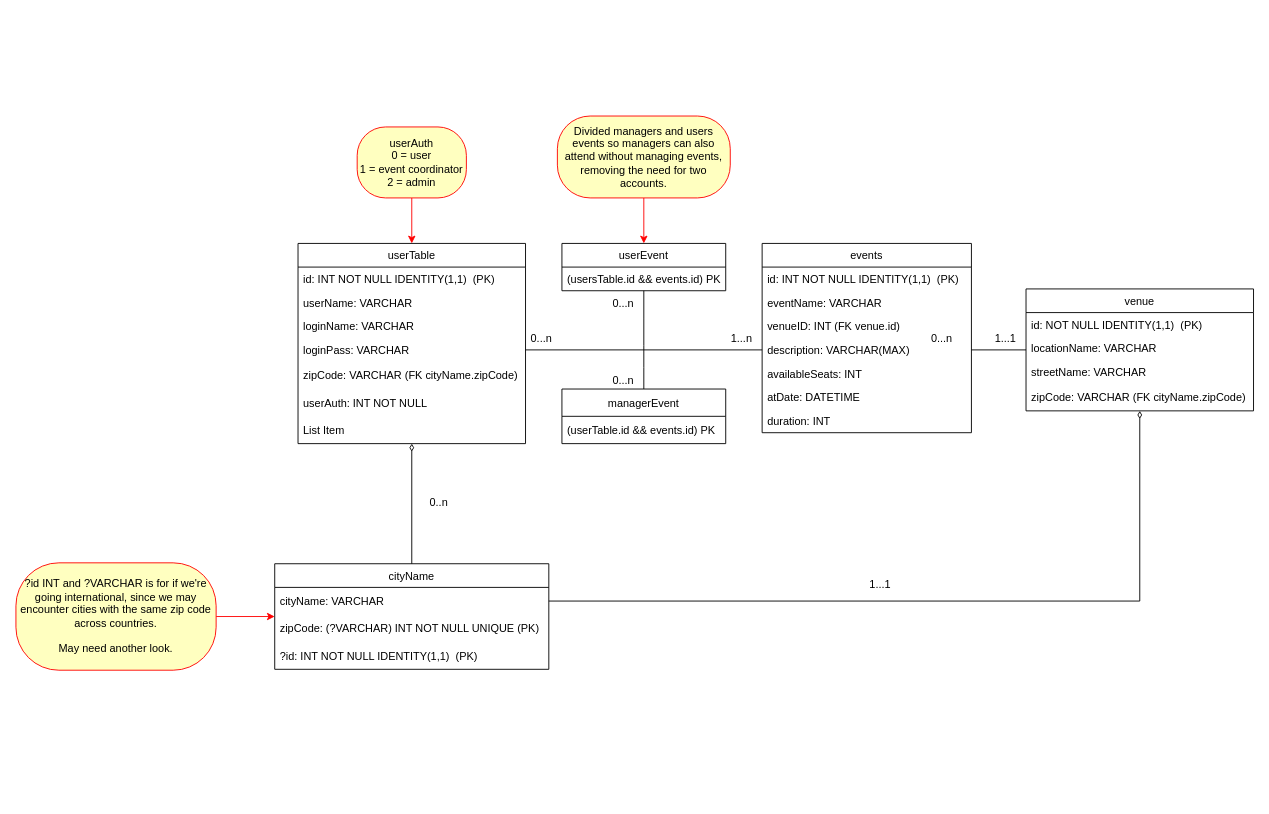
The draw.io diagram .design/event manager.drawio in sandbxk/EventManager, before the edit. Source tidied: cells renumbered, new cells numbered last; positions are measured from the earlier drawing's top-left corner, leaving out a move shared by most shapes. Both pictures are drawn from the tidied source at 91%, with x=0, y=0 at pixel (15, 116).
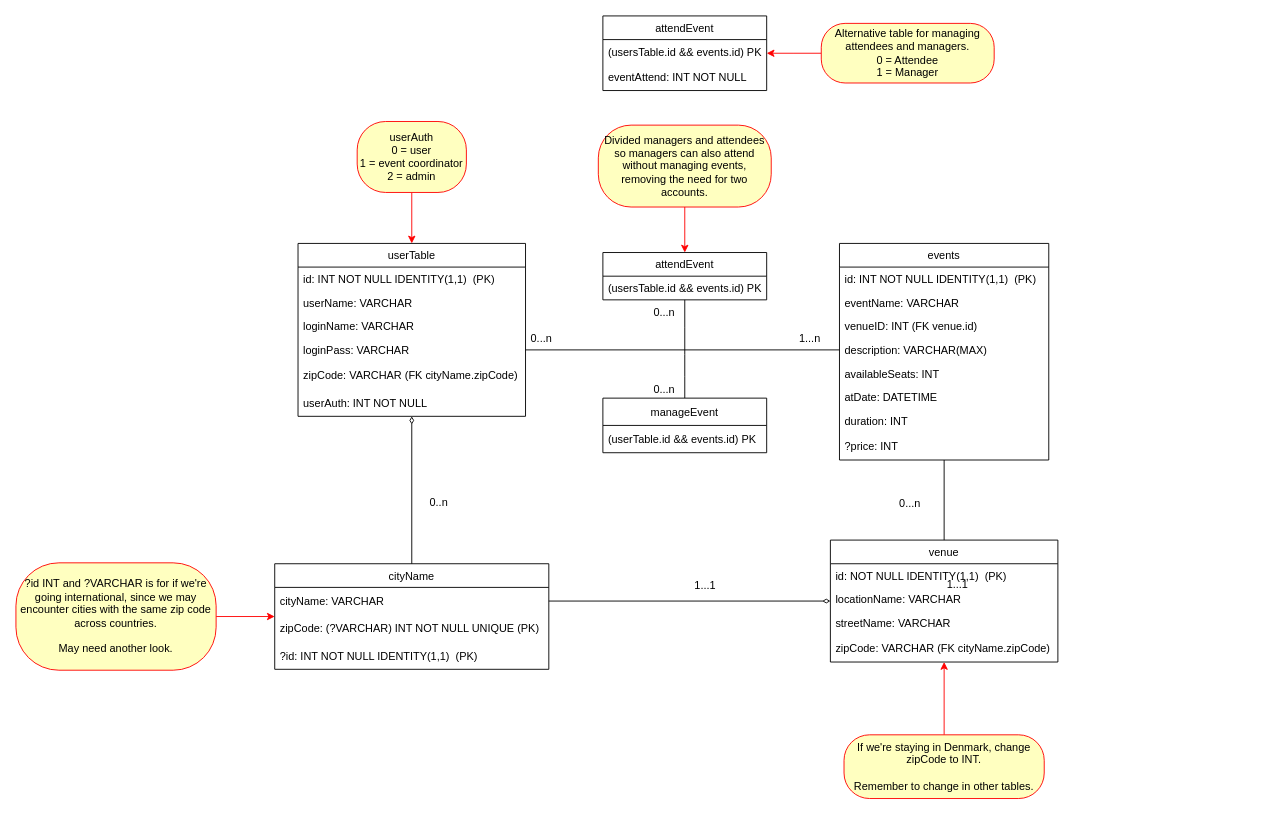
After the change.

Commit message:
Database XML diagram update v2

The change refers to these unchanged cells:
```xml
<mxCell id="6" value="description: VARCHAR(MAX)" style="text;strokeColor=none;fillColor=none;align=left;verticalAlign=top;spacingLeft=4;spacingRight=4;overflow=hidden;points=[[0,0.5],[1,0.5]];portConstraint=eastwest;" parent="2" vertex="1">
  <mxGeometry y="104" width="230" height="26" as="geometry" />
</mxCell>
```

The edit, as a diff of the source:
```diff
@@
     <mxCell id="2" value="events" style="swimlane;fontStyle=0;horizontal=1;startSize=26;fillColor=none;" parent="1" vertex="1">
-      <mxGeometry x="820" y="140" width="230" height="208" as="geometry" />
+      <mxGeometry x="905" y="140" width="230" height="238" as="geometry" />
     </mxCell>
@@
+    <mxCell id="17" value="?price: INT" style="text;strokeColor=none;fillColor=none;align=left;verticalAlign=middle;spacingLeft=4;spacingRight=4;overflow=hidden;" parent="2" vertex="1">
+      <mxGeometry y="208" width="230" height="30" as="geometry" />
+    </mxCell>
     <mxCell id="10" value="userTable" style="swimlane;fontStyle=0;horizontal=1;startSize=26;fillColor=none;" parent="1" vertex="1">
-      <mxGeometry x="310" y="140" width="250" height="220" as="geometry" />
+      <mxGeometry x="310" y="140" width="250" height="190" as="geometry" />
     </mxCell>
@@
-    <mxCell id="17" value="List Item" style="text;strokeColor=none;fillColor=none;align=left;verticalAlign=middle;spacingLeft=4;spacingRight=4;overflow=hidden;" parent="10" vertex="1">
-      <mxGeometry y="190" width="250" height="30" as="geometry" />
-    </mxCell>
-    <mxCell id="18" style="edgeStyle=orthogonalEdgeStyle;rounded=0;jettySize=auto;html=1;entryX=1;entryY=0.5;entryDx=0;entryDy=0;endArrow=none;endFill=0;strokeColor=#000000;" parent="1" edge="1" source="19" target="6">
+    <mxCell id="18" style="edgeStyle=orthogonalEdgeStyle;rounded=0;jettySize=auto;html=1;endArrow=none;endFill=0;strokeColor=#000000;" parent="1" edge="1" source="19" target="2">
       <mxGeometry relative="1" as="geometry" />
     </mxCell>
     <mxCell id="19" value="venue" style="swimlane;fontStyle=0;horizontal=1;startSize=26;fillColor=none;" parent="1" vertex="1">
-      <mxGeometry x="1110" y="190" width="250" height="134" as="geometry" />
+      <mxGeometry x="895" y="466" width="250" height="134" as="geometry" />
     </mxCell>
@@
     <mxCell id="24" style="edgeStyle=orthogonalEdgeStyle;rounded=0;jettySize=auto;html=1;endArrow=none;endFill=0;strokeColor=#000000;" parent="1" edge="1" source="25">
       <mxGeometry relative="1" as="geometry">
-        <mxPoint x="690" y="252" as="targetPoint" />
+        <mxPoint x="735" y="262" as="targetPoint" />
       </mxGeometry>
     </mxCell>
-    <mxCell id="25" value="userEvent" style="swimlane;fontStyle=0;horizontal=1;startSize=26;fillColor=none;" parent="1" vertex="1">
-      <mxGeometry x="600" y="140" width="180" height="52" as="geometry" />
+    <mxCell id="25" value="attendEvent" style="swimlane;fontStyle=0;horizontal=1;startSize=26;fillColor=none;" parent="1" vertex="1">
+      <mxGeometry x="645" y="150" width="180" height="52" as="geometry" />
     </mxCell>
@@
     <mxCell id="28" value="userAuth&lt;br&gt;0 = user&lt;br&gt;1 = event coordinator&lt;br&gt;2 = admin" style="rounded=1;whiteSpace=wrap;html=1;arcSize=40;fontColor=#000000;fillColor=#ffffc0;strokeColor=#ff0000;" parent="1" vertex="1">
-      <mxGeometry x="375" y="12" width="120" height="78" as="geometry" />
+      <mxGeometry x="375" y="6" width="120" height="78" as="geometry" />
     </mxCell>
@@
     <mxCell id="34" style="edgeStyle=orthogonalEdgeStyle;rounded=0;jettySize=auto;html=1;endArrow=none;endFill=0;strokeColor=#000000;" parent="1" edge="1" source="35">
       <mxGeometry relative="1" as="geometry">
-        <mxPoint x="690" y="252" as="targetPoint" />
+        <mxPoint x="735" y="262" as="targetPoint" />
       </mxGeometry>
     </mxCell>
-    <mxCell id="35" value="managerEvent" style="swimlane;fontStyle=0;horizontal=1;startSize=30;" parent="1" vertex="1">
-      <mxGeometry x="600" y="300" width="180" height="60" as="geometry" />
+    <mxCell id="35" value="manageEvent" style="swimlane;fontStyle=0;horizontal=1;startSize=30;" parent="1" vertex="1">
+      <mxGeometry x="645" y="310" width="180" height="60" as="geometry" />
     </mxCell>
@@
-    <mxCell id="38" value="Divided managers and users events so managers can also attend without managing events, removing the need for two accounts." style="rounded=1;whiteSpace=wrap;html=1;arcSize=40;fontColor=#000000;fillColor=#ffffc0;strokeColor=#ff0000;" parent="1" vertex="1">
-      <mxGeometry x="595" width="190" height="90" as="geometry" />
+    <mxCell id="38" value="Divided managers and attendees so managers can also attend without managing events, removing the need for two accounts." style="rounded=1;whiteSpace=wrap;html=1;arcSize=40;fontColor=#000000;fillColor=#ffffc0;strokeColor=#ff0000;" parent="1" vertex="1">
+      <mxGeometry x="640" y="10" width="190" height="90" as="geometry" />
     </mxCell>
@@
     <mxCell id="42" value="1...n" style="text;strokeColor=none;fillColor=none;align=left;verticalAlign=middle;spacingLeft=4;spacingRight=4;overflow=hidden;" parent="1" vertex="1">
-      <mxGeometry x="780" y="229" width="40" height="30" as="geometry" />
+      <mxGeometry x="855" y="229" width="40" height="30" as="geometry" />
     </mxCell>
     <mxCell id="43" value="0...n" style="text;strokeColor=none;fillColor=none;align=left;verticalAlign=middle;spacingLeft=4;spacingRight=4;overflow=hidden;" parent="1" vertex="1">
-      <mxGeometry x="1000" y="229" width="40" height="30" as="geometry" />
+      <mxGeometry x="965" y="410" width="40" height="30" as="geometry" />
     </mxCell>
@@
     <mxCell id="45" value="1...1" style="text;strokeColor=none;fillColor=none;align=left;verticalAlign=middle;spacingLeft=4;spacingRight=4;overflow=hidden;" parent="1" vertex="1">
-      <mxGeometry x="1070" y="229" width="40" height="30" as="geometry" />
+      <mxGeometry x="740" y="500" width="40" height="30" as="geometry" />
     </mxCell>
@@
     <mxCell id="48" value="1...1" style="text;html=1;strokeColor=none;fillColor=none;align=center;verticalAlign=middle;whiteSpace=wrap;rounded=0;" parent="1" vertex="1">
-      <mxGeometry x="920" y="500" width="60" height="30" as="geometry" />
+      <mxGeometry x="1005" y="500" width="60" height="30" as="geometry" />
     </mxCell>
     <mxCell id="49" value="0...n" style="text;strokeColor=none;fillColor=none;align=left;verticalAlign=middle;spacingLeft=4;spacingRight=4;overflow=hidden;" parent="1" vertex="1">
-      <mxGeometry x="650" y="190" width="40" height="30" as="geometry" />
+      <mxGeometry x="695" y="200" width="40" height="30" as="geometry" />
     </mxCell>
     <mxCell id="50" value="0...n" style="text;strokeColor=none;fillColor=none;align=left;verticalAlign=middle;spacingLeft=4;spacingRight=4;overflow=hidden;" parent="1" vertex="1">
-      <mxGeometry x="650" y="275" width="40" height="30" as="geometry" />
+      <mxGeometry x="695" y="285" width="40" height="30" as="geometry" />
     </mxCell>
+    <mxCell id="51" value="attendEvent" style="swimlane;fontStyle=0;horizontal=1;startSize=26;fillColor=none;" parent="1" vertex="1">
+      <mxGeometry x="645" y="-110" width="180" height="82" as="geometry" />
+    </mxCell>
+    <mxCell id="52" value="(usersTable.id &amp;&amp; events.id) PK" style="text;strokeColor=none;fillColor=none;align=left;verticalAlign=top;spacingLeft=4;spacingRight=4;overflow=hidden;" parent="51" vertex="1">
+      <mxGeometry y="26" width="180" height="26" as="geometry" />
+    </mxCell>
+    <mxCell id="53" value="eventAttend: INT NOT NULL" style="text;strokeColor=none;fillColor=none;align=left;verticalAlign=middle;spacingLeft=4;spacingRight=4;overflow=hidden;" parent="51" vertex="1">
+      <mxGeometry y="52" width="180" height="30" as="geometry" />
+    </mxCell>
+    <mxCell id="54" style="edgeStyle=orthogonalEdgeStyle;rounded=0;jettySize=auto;html=1;strokeColor=#FF0000;" parent="1" edge="1" source="55" target="51">
+      <mxGeometry relative="1" as="geometry" />
+    </mxCell>
+    <mxCell id="55" value="Alternative table for managing attendees and managers.&lt;br&gt;0 = Attendee&lt;br&gt;1 = Manager" style="rounded=1;whiteSpace=wrap;html=1;arcSize=40;fontColor=#000000;fillColor=#ffffc0;strokeColor=#ff0000;" parent="1" vertex="1">
+      <mxGeometry x="885" y="-101.8" width="190" height="65.5" as="geometry" />
+    </mxCell>
+    <mxCell id="56" style="edgeStyle=orthogonalEdgeStyle;rounded=0;jettySize=auto;html=1;strokeColor=#FF0000;" parent="1" edge="1" source="57" target="19">
+      <mxGeometry relative="1" as="geometry" />
+    </mxCell>
+    <mxCell id="57" value="If we're staying in Denmark, change zipCode to INT.&lt;br&gt;&lt;br&gt;Remember to change in other tables." style="rounded=1;whiteSpace=wrap;html=1;arcSize=40;fontColor=#000000;fillColor=#ffffc0;strokeColor=#ff0000;" parent="1" vertex="1">
+      <mxGeometry x="910" y="680" width="220" height="70" as="geometry" />
+    </mxCell>
```
